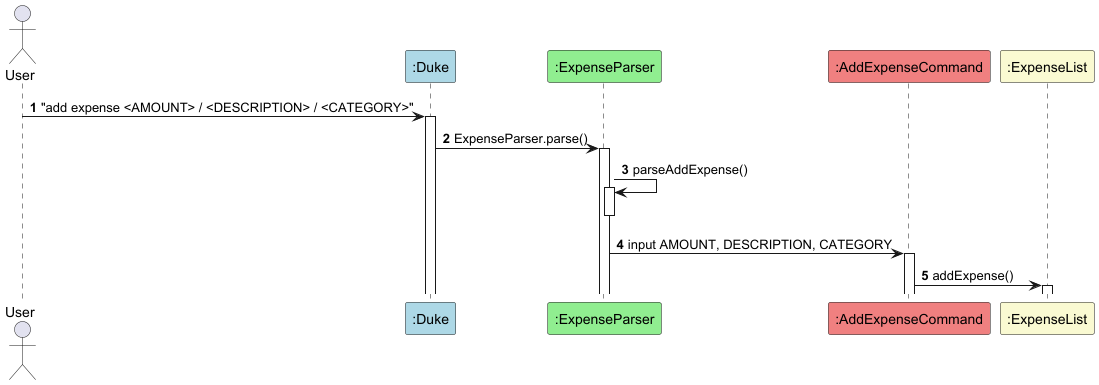
Earlier version of the PlantUML export docs/images/AddExpense.png (xiaojielei/tp).
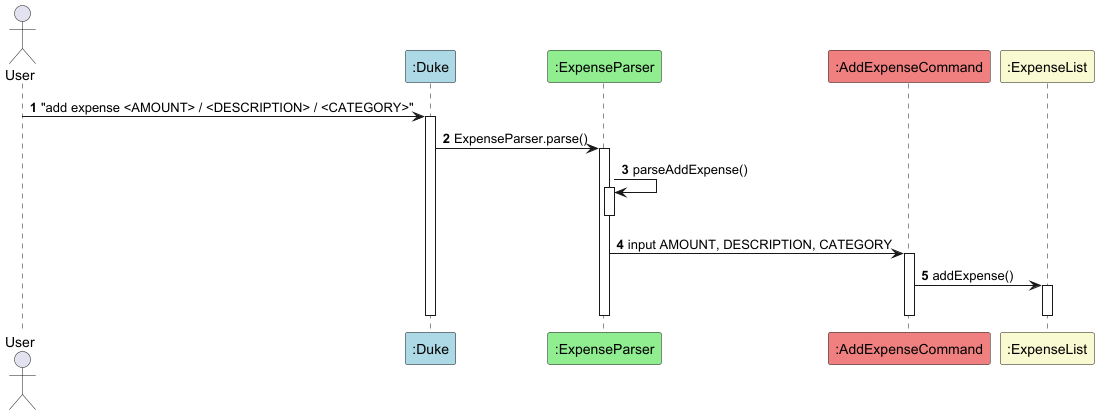
After the change.

The edit, as a diff of the source:
```diff
@@ -25,7 +25,10 @@
 
 AddExpenseCommand -> ExpenseList: addExpense()
 activate ExpenseList
-
+deactivate AddExpenseCommand
+deactivate  ExpenseList
+deactivate Duke
+deactivate ExpenseParser
 
 
 @enduml
```
